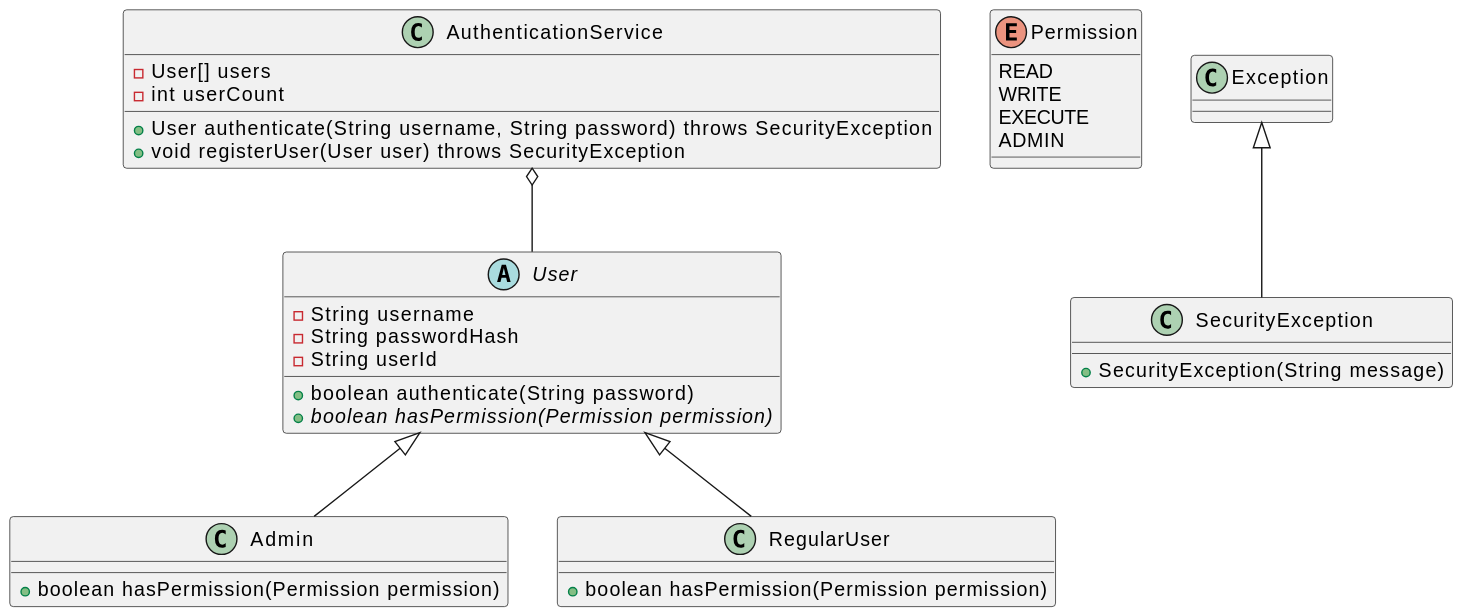
alainlebret/exercices-java keeps this PlantUML diagram as authentification/authentification.svg. Above is the earlier version.
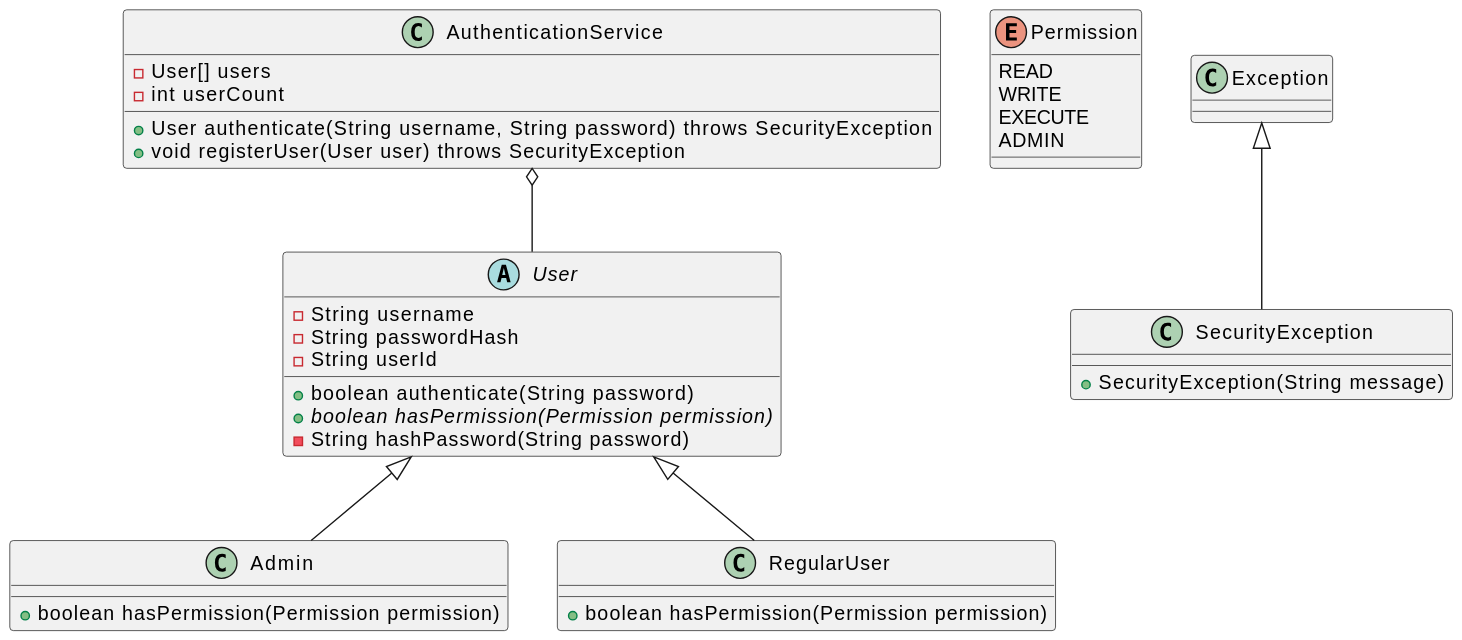
Above is the later version.

What changed in the source:
```diff
@@ -5,6 +5,7 @@
   -String userId
   +boolean authenticate(String password)
   +{abstract} boolean hasPermission(Permission permission)
+  -String hashPassword(String password)
 }
 
 class Admin extends User {
```
